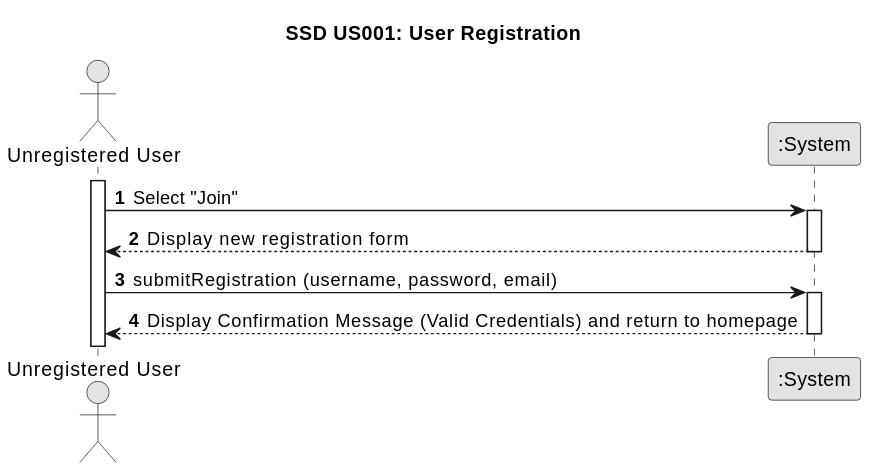
Earlier version of the PlantUML export docs/sprint01/us001/01.requirements-engineering/svg/us001-system-sequence-diagram.svg (TiagoMagalhaes1232507/Testando-projeto).
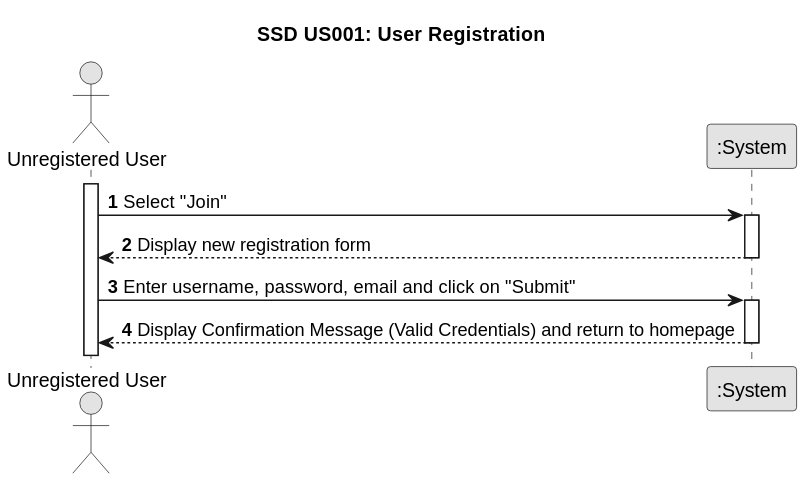
After the change.

Commit message:
US001 - correction of SSD

What changed in the source:
```diff
@@ -18,7 +18,7 @@
 System --> User : Display new registration form
 deactivate System
 
-User -> System : submitRegistration (username, password, email)
+User -> System : Enter username, password, email and click on "Submit"
 activate System
 
 System --> User : Display Confirmation Message (Valid Credentials) and return to homepage
```
